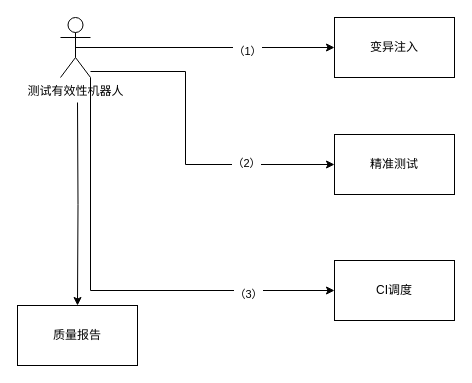
The draw.io diagram docs/test_quality.drawio in lokiworks/codebase, before the edit. Source tidied: cells renumbered, new cells numbered last; positions are measured from the earlier drawing's top-left corner, leaving out a move shared by most shapes. Both pictures are drawn from the tidied source at 100%, with x=0, y=0 at pixel (17, 17).
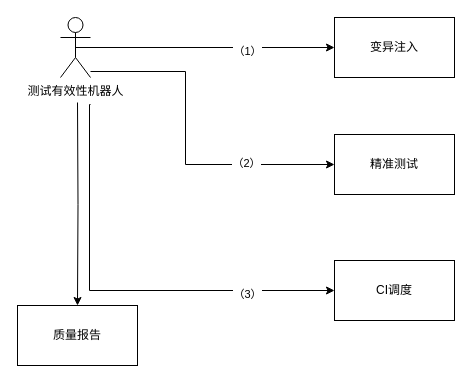
After the change.

Change to the diagram source:
```diff
@@
 <mxGraphModel>
   <root>
     <mxCell id="0" />
     <mxCell id="1" parent="0" />
     <mxCell id="2" style="edgeStyle=orthogonalEdgeStyle;rounded=0;jettySize=auto;html=1;exitX=0.5;exitY=0.5;exitDx=0;exitDy=0;exitPerimeter=0;entryX=0;entryY=0.5;entryDx=0;entryDy=0;" parent="1" edge="1" source="9" target="10">
       <mxGeometry relative="1" as="geometry" />
     </mxCell>
     <mxCell id="3" value="（1）" style="edgeLabel;html=1;align=center;verticalAlign=middle;" parent="2" vertex="1">
       <mxGeometry x="0.14" y="-3" relative="1" as="geometry">
         <mxPoint x="23" as="offset" />
       </mxGeometry>
     </mxCell>
     <mxCell id="4" style="edgeStyle=orthogonalEdgeStyle;rounded=0;jettySize=auto;html=1;entryX=0;entryY=0.5;entryDx=0;entryDy=0;" parent="1" edge="1" source="9" target="11">
       <mxGeometry relative="1" as="geometry">
         <Array as="points">
           <mxPoint x="168" y="54" />
           <mxPoint x="168" y="147" />
         </Array>
       </mxGeometry>
     </mxCell>
     <mxCell id="5" value="（2）" style="edgeLabel;html=1;align=center;verticalAlign=middle;" parent="4" vertex="1">
       <mxGeometry x="0.47" y="2" relative="1" as="geometry" />
     </mxCell>
-    <mxCell id="6" style="edgeStyle=orthogonalEdgeStyle;rounded=0;jettySize=auto;html=1;exitX=1;exitY=1;exitDx=0;exitDy=0;exitPerimeter=0;entryX=0;entryY=0.5;entryDx=0;entryDy=0;" parent="1" edge="1" source="9" target="12">
-      <mxGeometry relative="1" as="geometry" />
+    <mxCell id="6" style="edgeStyle=orthogonalEdgeStyle;rounded=0;jettySize=auto;html=1;entryX=0;entryY=0.5;entryDx=0;entryDy=0;" parent="1" edge="1" target="12">
+      <mxGeometry relative="1" as="geometry">
+        <mxPoint x="73" y="87" as="sourcePoint" />
+        <Array as="points">
+          <mxPoint x="72" y="87" />
+          <mxPoint x="72" y="273" />
+        </Array>
+      </mxGeometry>
     </mxCell>
     <mxCell id="7" value="（3）" style="edgeLabel;html=1;align=center;verticalAlign=middle;" parent="6" vertex="1">
       <mxGeometry x="0.7" y="-2" relative="1" as="geometry">
-        <mxPoint x="-18" y="1" as="offset" />
+        <mxPoint x="-23" y="1" as="offset" />
       </mxGeometry>
     </mxCell>
     <mxCell id="8" style="edgeStyle=orthogonalEdgeStyle;rounded=0;jettySize=auto;html=1;" parent="1" edge="1" target="13">
       <mxGeometry relative="1" as="geometry">
         <mxPoint x="60" y="85" as="sourcePoint" />
       </mxGeometry>
     </mxCell>
     <mxCell id="9" value="测试有效性机器人" style="shape=umlActor;verticalLabelPosition=bottom;verticalAlign=top;html=1;outlineConnect=0;gradientColor=none;" parent="1" vertex="1">
       <mxGeometry x="43" width="30" height="60" as="geometry" />
     </mxCell>
     <mxCell id="10" value="变异注入" style="rounded=0;whiteSpace=wrap;html=1;" parent="1" vertex="1">
       <mxGeometry x="317" width="120" height="60" as="geometry" />
     </mxCell>
     <mxCell id="11" value="精准测试" style="rounded=0;whiteSpace=wrap;html=1;" parent="1" vertex="1">
       <mxGeometry x="317" y="117" width="120" height="60" as="geometry" />
     </mxCell>
     <mxCell id="12" value="CI调度" style="rounded=0;whiteSpace=wrap;html=1;" parent="1" vertex="1">
       <mxGeometry x="317" y="243" width="120" height="60" as="geometry" />
     </mxCell>
     <mxCell id="13" value="质量报告" style="rounded=0;whiteSpace=wrap;html=1;" parent="1" vertex="1">
       <mxGeometry y="288" width="120" height="60" as="geometry" />
     </mxCell>
   </root>
 </mxGraphModel>
```
